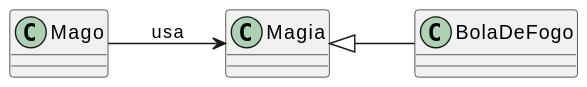
Earlier version of the PlantUML export ConteudosExtras/RelacionamentosClasses/img/AssociacaoSimplesRPG.svg (fellowsheep/PROG1-EAD).
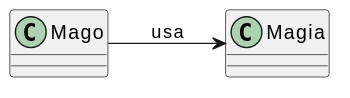
After the commit.

The edit, as a diff of the source:
```diff
@@ -1,9 +1,6 @@
 @startuml
 class Mago
 class Magia
-class BolaDeFogo
-
-Magia <|-- BolaDeFogo
 left to right direction
 Mago --> Magia : usa
 @enduml
```
